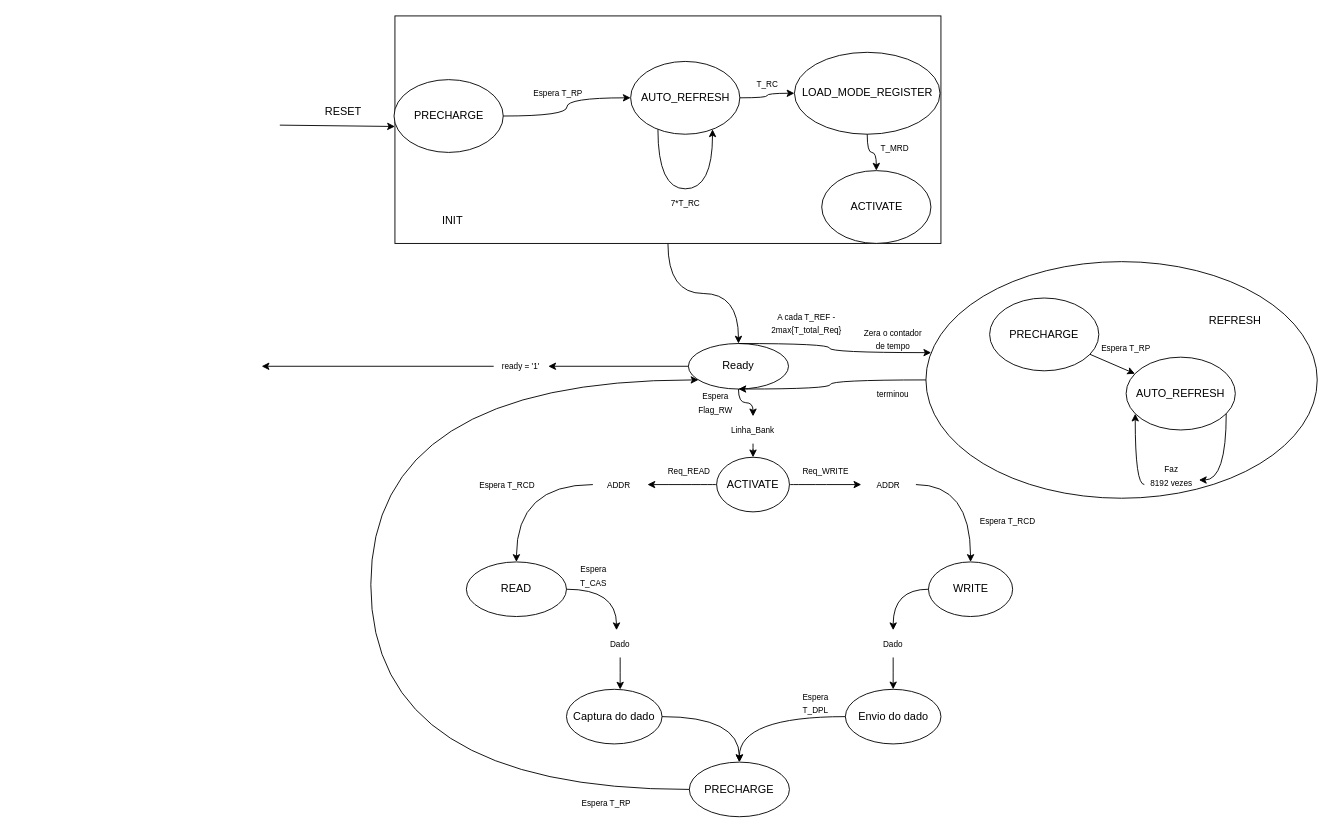
Above: P3/diagramas/Diagrama_estados_dram_controller.drawio in caio-unicamp/MC613_Best_Group (draw.io), before the change. Source tidied: cells renumbered, new cells numbered last; positions are measured from the earlier drawing's top-left corner, leaving out a move shared by most shapes. Both pictures are drawn from the tidied source at 91%, with x=0, y=0 at pixel (261, 15).
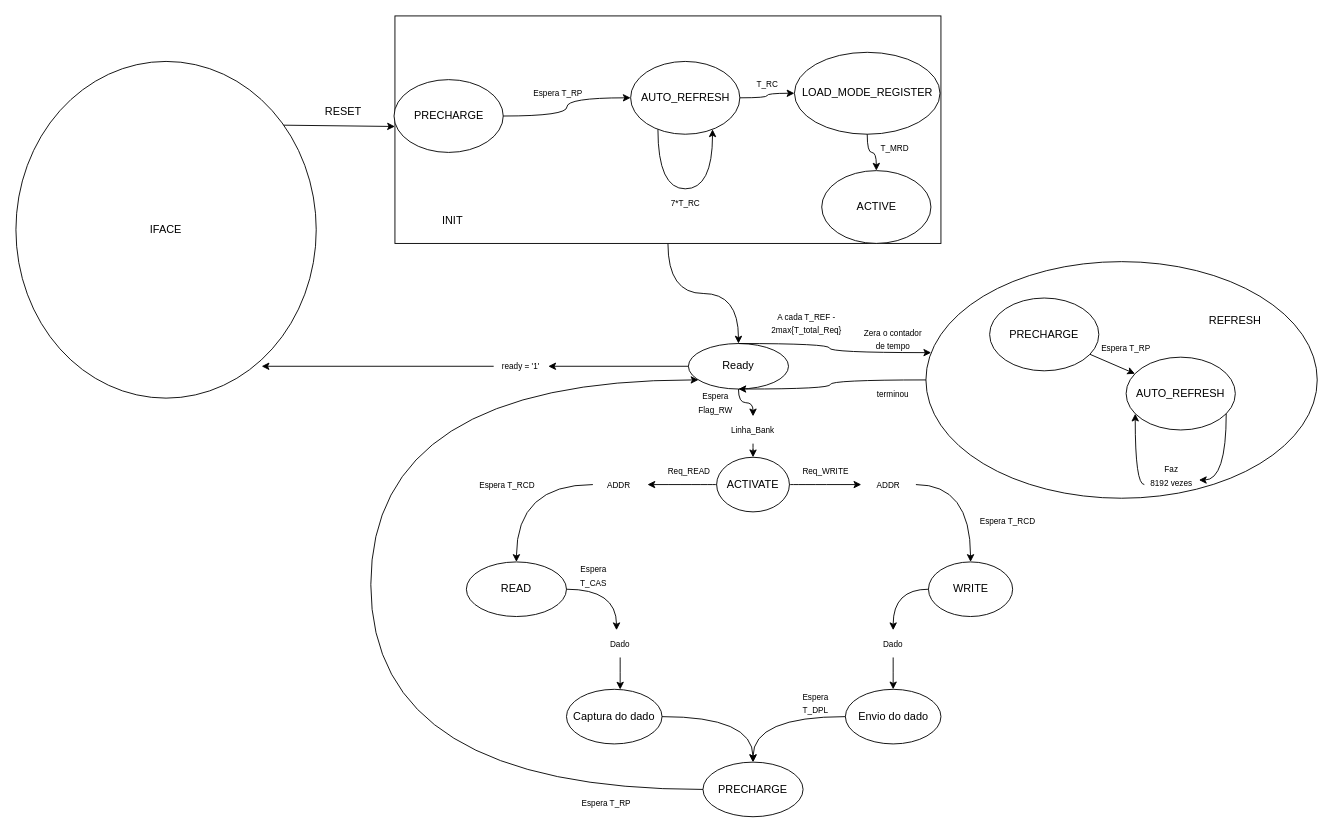
The same page after the edit.

Commit message:
Finaliza inicio Diagrama_estados_dram_controller.drawio

Unchanged cells that the change refers to:
```xml
<mxCell id="37" style="group;" parent="1" vertex="1">
  <mxGeometry x="145.5" width="601" height="250" as="geometry" />
</mxCell>
```

Change to the diagram source:
```diff
@@
     <mxCell id="20" value="PRECHARGE" style="ellipse;whiteSpace=wrap;html=1;" parent="1" vertex="1">
-      <mxGeometry x="470" y="820" width="110" height="60" as="geometry" />
+      <mxGeometry x="485" y="820" width="110" height="60" as="geometry" />
     </mxCell>
@@
-    <mxCell id="44" value="ACTIVATE" style="ellipse;whiteSpace=wrap;html=1;" parent="37" vertex="1">
+    <mxCell id="44" value="ACTIVE" style="ellipse;whiteSpace=wrap;html=1;" parent="37" vertex="1">
       <mxGeometry x="470" y="170" width="120" height="80" as="geometry" />
     </mxCell>
@@
+    <mxCell id="71" value="IFACE" style="ellipse;whiteSpace=wrap;html=1;" parent="1" vertex="1">
+      <mxGeometry x="-270" y="50" width="330" height="370" as="geometry" />
+    </mxCell>
```
